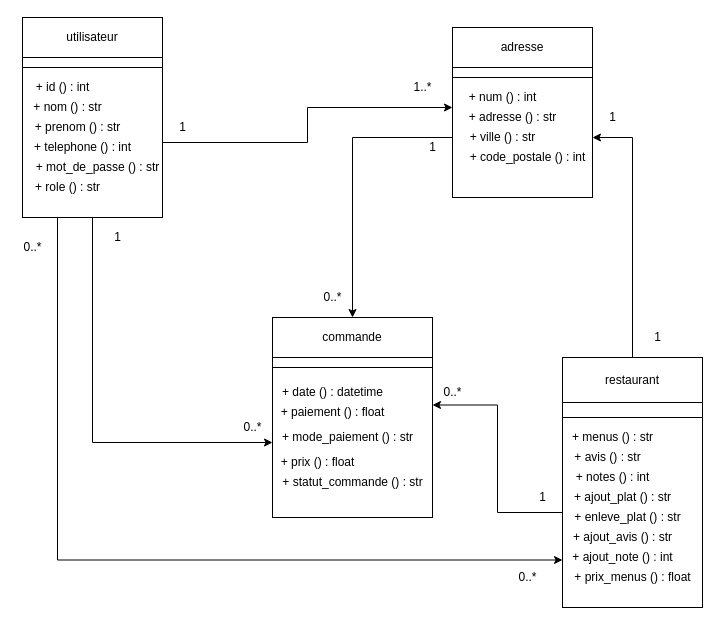
This is diagramme_de_classes.drawio from TheAIWizard/Ensaeats, a draw.io file, before an edit. Source tidied: cells renumbered, new cells numbered last; positions are measured from the earlier drawing's top-left corner, leaving out a move shared by most shapes. Both pictures are drawn from the tidied source at 100%, with x=0, y=0 at pixel (17, 17).
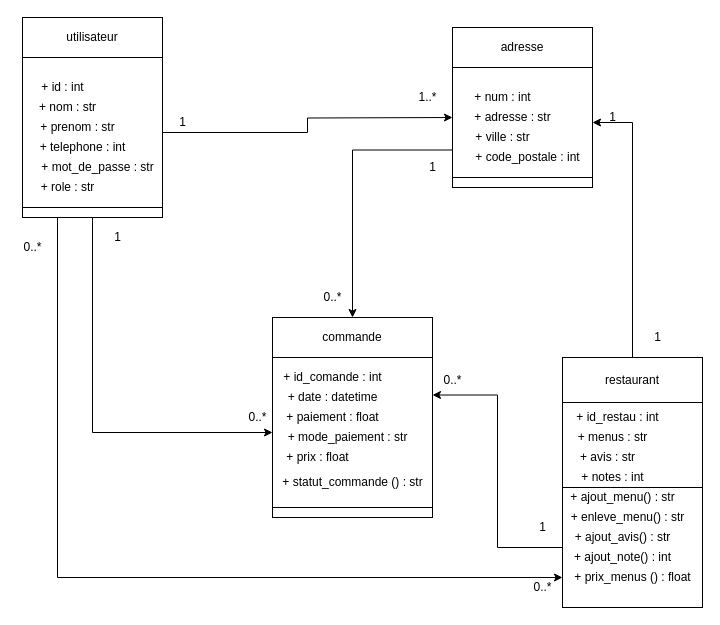
After the change.

The change refers to these unchanged cells:
```xml
<mxCell id="36" value="restaurant" style="rounded=0;whiteSpace=wrap;html=1;" parent="1" vertex="1">
  <mxGeometry x="545" y="340" width="140" height="45" as="geometry" />
</mxCell>
<mxCell id="38" value="commande" style="rounded=0;whiteSpace=wrap;html=1;" parent="1" vertex="1">
  <mxGeometry x="255" y="300" width="160" height="40" as="geometry" />
</mxCell>
```

Diff of the diagram source:
```diff
@@
+    <mxCell id="37" style="rounded=0;whiteSpace=wrap;html=1;" parent="1" vertex="1">
+      <mxGeometry x="255" y="340" width="160" height="150" as="geometry" />
+    </mxCell>
+    <mxCell id="34" style="rounded=0;whiteSpace=wrap;html=1;" parent="1" vertex="1">
+      <mxGeometry x="545" y="385" width="140" height="85" as="geometry" />
+    </mxCell>
+    <mxCell id="33" style="rounded=0;whiteSpace=wrap;html=1;" parent="1" vertex="1">
+      <mxGeometry x="435" y="50" width="140" height="110" as="geometry" />
+    </mxCell>
     <mxCell id="2" style="rounded=0;whiteSpace=wrap;html=1;" parent="1" vertex="1">
-      <mxGeometry x="255" y="350" width="160" height="150" as="geometry" />
+      <mxGeometry x="255" y="490" width="160" height="10" as="geometry" />
     </mxCell>
-    <mxCell id="3" style="edgeStyle=orthogonalEdgeStyle;rounded=0;jettySize=auto;html=1;entryX=1;entryY=0.25;entryDx=0;entryDy=0;" parent="1" edge="1" source="4" target="2">
+    <mxCell id="3" style="edgeStyle=orthogonalEdgeStyle;rounded=0;jettySize=auto;html=1;entryX=1;entryY=0.25;entryDx=0;entryDy=0;" parent="1" edge="1" source="4" target="37">
       <mxGeometry relative="1" as="geometry" />
     </mxCell>
     <mxCell id="4" style="rounded=0;whiteSpace=wrap;html=1;" parent="1" vertex="1">
-      <mxGeometry x="545" y="400" width="140" height="190" as="geometry" />
+      <mxGeometry x="545" y="470" width="140" height="120" as="geometry" />
     </mxCell>
-    <mxCell id="5" style="edgeStyle=orthogonalEdgeStyle;rounded=0;jettySize=auto;html=1;" parent="1" edge="1" source="6" target="38">
+    <mxCell id="5" style="edgeStyle=orthogonalEdgeStyle;rounded=0;jettySize=auto;html=1;exitX=0;exitY=0.75;exitDx=0;exitDy=0;" parent="1" edge="1" source="33" target="38">
       <mxGeometry relative="1" as="geometry" />
     </mxCell>
     <mxCell id="6" style="rounded=0;whiteSpace=wrap;html=1;" parent="1" vertex="1">
-      <mxGeometry x="435" y="60" width="140" height="120" as="geometry" />
+      <mxGeometry x="435" y="160" width="140" height="10" as="geometry" />
     </mxCell>
@@
     <mxCell id="8" style="rounded=0;whiteSpace=wrap;html=1;" parent="1" vertex="1">
-      <mxGeometry x="5" y="40" width="140" height="10" as="geometry" />
+      <mxGeometry x="5" y="40" width="140" height="150" as="geometry" />
     </mxCell>
-    <mxCell id="9" style="edgeStyle=orthogonalEdgeStyle;rounded=0;jettySize=auto;html=1;exitX=0.5;exitY=1;exitDx=0;exitDy=0;entryX=0;entryY=0.5;entryDx=0;entryDy=0;" parent="1" edge="1" source="12" target="2">
+    <mxCell id="9" style="edgeStyle=orthogonalEdgeStyle;rounded=0;jettySize=auto;html=1;exitX=0.5;exitY=1;exitDx=0;exitDy=0;entryX=0;entryY=0.5;entryDx=0;entryDy=0;" parent="1" edge="1" source="12" target="37">
       <mxGeometry relative="1" as="geometry" />
     </mxCell>
@@
-    <mxCell id="11" style="edgeStyle=orthogonalEdgeStyle;rounded=0;jettySize=auto;html=1;exitX=1;exitY=0.5;exitDx=0;exitDy=0;entryX=0;entryY=0.25;entryDx=0;entryDy=0;" parent="1" edge="1" source="12" target="6">
-      <mxGeometry relative="1" as="geometry" />
+    <mxCell id="11" style="edgeStyle=orthogonalEdgeStyle;rounded=0;jettySize=auto;html=1;exitX=1;exitY=0.5;exitDx=0;exitDy=0;" parent="1" edge="1" source="8">
+      <mxGeometry relative="1" as="geometry">
+        <mxPoint x="435" y="100" as="targetPoint" />
+      </mxGeometry>
     </mxCell>
     <mxCell id="12" style="rounded=0;whiteSpace=wrap;html=1;" parent="1" vertex="1">
-      <mxGeometry x="5" y="50" width="140" height="150" as="geometry" />
+      <mxGeometry x="5" y="190" width="140" height="10" as="geometry" />
     </mxCell>
-    <mxCell id="13" value="+ nom () : str" style="text;html=1;align=center;verticalAlign=middle;strokeColor=none;" parent="1" vertex="1">
-      <mxGeometry x="10" y="80" width="80" height="20" as="geometry" />
+    <mxCell id="13" value="+ nom : str" style="text;html=1;align=center;verticalAlign=middle;strokeColor=none;" parent="1" vertex="1">
+      <mxGeometry x="15" y="80" width="70" height="20" as="geometry" />
     </mxCell>
-    <mxCell id="14" value="+ id () : int" style="text;html=1;align=center;verticalAlign=middle;strokeColor=none;" parent="1" vertex="1">
-      <mxGeometry x="10" y="60" width="70" height="20" as="geometry" />
+    <mxCell id="14" value="+ id : int" style="text;html=1;align=center;verticalAlign=middle;strokeColor=none;" parent="1" vertex="1">
+      <mxGeometry x="15" y="60" width="60" height="20" as="geometry" />
     </mxCell>
-    <mxCell id="15" value="+ telephone () : int" style="text;html=1;align=center;verticalAlign=middle;strokeColor=none;" parent="1" vertex="1">
-      <mxGeometry x="10" y="120" width="110" height="20" as="geometry" />
+    <mxCell id="15" value="+ telephone : int" style="text;html=1;align=center;verticalAlign=middle;strokeColor=none;" parent="1" vertex="1">
+      <mxGeometry x="15" y="120" width="100" height="20" as="geometry" />
     </mxCell>
-    <mxCell id="16" value="+ prenom () : str" style="text;html=1;align=center;verticalAlign=middle;strokeColor=none;" parent="1" vertex="1">
-      <mxGeometry x="10" y="100" width="100" height="20" as="geometry" />
+    <mxCell id="16" value="+ prenom : str" style="text;html=1;align=center;verticalAlign=middle;strokeColor=none;" parent="1" vertex="1">
+      <mxGeometry x="15" y="100" width="90" height="20" as="geometry" />
     </mxCell>
-    <mxCell id="17" value="+ role () : str" style="text;html=1;align=center;verticalAlign=middle;strokeColor=none;" parent="1" vertex="1">
-      <mxGeometry x="10" y="160" width="80" height="20" as="geometry" />
+    <mxCell id="17" value="+ role : str" style="text;html=1;align=center;verticalAlign=middle;strokeColor=none;" parent="1" vertex="1">
+      <mxGeometry x="15" y="160" width="70" height="20" as="geometry" />
     </mxCell>
-    <mxCell id="18" value="+ mot_de_passe () : str" style="text;html=1;align=center;verticalAlign=middle;strokeColor=none;" parent="1" vertex="1">
-      <mxGeometry x="10" y="140" width="140" height="20" as="geometry" />
+    <mxCell id="18" value="+ mot_de_passe : str" style="text;html=1;align=center;verticalAlign=middle;strokeColor=none;" parent="1" vertex="1">
+      <mxGeometry x="15" y="140" width="130" height="20" as="geometry" />
     </mxCell>
-    <mxCell id="19" value="+ adresse () : str" style="text;html=1;align=center;verticalAlign=middle;strokeColor=none;" parent="1" vertex="1">
-      <mxGeometry x="445" y="90" width="100" height="20" as="geometry" />
+    <mxCell id="19" value="+ adresse : str" style="text;html=1;align=center;verticalAlign=middle;strokeColor=none;" parent="1" vertex="1">
+      <mxGeometry x="450" y="90" width="90" height="20" as="geometry" />
     </mxCell>
-    <mxCell id="20" value="+ num () : int" style="text;html=1;align=center;verticalAlign=middle;strokeColor=none;" parent="1" vertex="1">
-      <mxGeometry x="445" y="70" width="80" height="20" as="geometry" />
+    <mxCell id="20" value="+ num : int" style="text;html=1;align=center;verticalAlign=middle;strokeColor=none;" parent="1" vertex="1">
+      <mxGeometry x="450" y="70" width="70" height="20" as="geometry" />
     </mxCell>
-    <mxCell id="21" value="+ code_postale () : int" style="text;html=1;align=center;verticalAlign=middle;strokeColor=none;" parent="1" vertex="1">
-      <mxGeometry x="445" y="130" width="130" height="20" as="geometry" />
+    <mxCell id="21" value="+ code_postale : int" style="text;html=1;align=center;verticalAlign=middle;strokeColor=none;" parent="1" vertex="1">
+      <mxGeometry x="450" y="130" width="120" height="20" as="geometry" />
     </mxCell>
-    <mxCell id="22" value="+ ville () : str" style="text;html=1;align=center;verticalAlign=middle;strokeColor=none;" parent="1" vertex="1">
-      <mxGeometry x="445" y="110" width="80" height="20" as="geometry" />
+    <mxCell id="22" value="+ ville : str" style="text;html=1;align=center;verticalAlign=middle;strokeColor=none;" parent="1" vertex="1">
+      <mxGeometry x="450" y="110" width="70" height="20" as="geometry" />
     </mxCell>
-    <mxCell id="23" value="+ avis () : str" style="text;html=1;align=center;verticalAlign=middle;strokeColor=none;" parent="1" vertex="1">
-      <mxGeometry x="550" y="430" width="80" height="20" as="geometry" />
+    <mxCell id="23" value="+ avis : str" style="text;html=1;align=center;verticalAlign=middle;strokeColor=none;" parent="1" vertex="1">
+      <mxGeometry x="555" y="430" width="70" height="20" as="geometry" />
     </mxCell>
-    <mxCell id="24" value="+ menus () : str" style="text;html=1;align=center;verticalAlign=middle;strokeColor=none;" parent="1" vertex="1">
-      <mxGeometry x="545" y="410" width="100" height="20" as="geometry" />
+    <mxCell id="24" value="+ menus : str" style="text;html=1;align=center;verticalAlign=middle;strokeColor=none;" parent="1" vertex="1">
+      <mxGeometry x="550" y="410" width="90" height="20" as="geometry" />
     </mxCell>
-    <mxCell id="25" value="+ ajout_plat () : str" style="text;html=1;align=center;verticalAlign=middle;strokeColor=none;" parent="1" vertex="1">
-      <mxGeometry x="550" y="470" width="110" height="20" as="geometry" />
+    <mxCell id="25" value="+ ajout_menu() : str" style="text;html=1;align=center;verticalAlign=middle;strokeColor=none;" parent="1" vertex="1">
+      <mxGeometry x="545" y="470" width="120" height="20" as="geometry" />
     </mxCell>
-    <mxCell id="26" value="+ notes () : int" style="text;html=1;align=center;verticalAlign=middle;strokeColor=none;" parent="1" vertex="1">
-      <mxGeometry x="550" y="450" width="90" height="20" as="geometry" />
+    <mxCell id="26" value="+ notes : int" style="text;html=1;align=center;verticalAlign=middle;strokeColor=none;" parent="1" vertex="1">
+      <mxGeometry x="555" y="450" width="80" height="20" as="geometry" />
     </mxCell>
@@
-    <mxCell id="28" value="+ prix () : float" style="text;html=1;align=center;verticalAlign=middle;strokeColor=none;" parent="1" vertex="1">
-      <mxGeometry x="255" y="435" width="90" height="20" as="geometry" />
+    <mxCell id="28" value="+ prix : float" style="text;html=1;align=center;verticalAlign=middle;strokeColor=none;" parent="1" vertex="1">
+      <mxGeometry x="260" y="430" width="80" height="20" as="geometry" />
     </mxCell>
-    <mxCell id="29" value="+ ajout_note () : int" style="text;html=1;align=center;verticalAlign=middle;strokeColor=none;" parent="1" vertex="1">
-      <mxGeometry x="545" y="530" width="120" height="20" as="geometry" />
+    <mxCell id="29" value="+ ajout_note() : int" style="text;html=1;align=center;verticalAlign=middle;strokeColor=none;" parent="1" vertex="1">
+      <mxGeometry x="550" y="530" width="110" height="20" as="geometry" />
     </mxCell>
-    <mxCell id="30" value="+ ajout_avis () : str" style="text;html=1;align=center;verticalAlign=middle;strokeColor=none;" parent="1" vertex="1">
+    <mxCell id="30" value="+ ajout_avis() : str" style="text;html=1;align=center;verticalAlign=middle;strokeColor=none;" parent="1" vertex="1">
       <mxGeometry x="550" y="510" width="110" height="20" as="geometry" />
     </mxCell>
-    <mxCell id="31" value="+ enleve_plat () : str" style="text;html=1;align=center;verticalAlign=middle;strokeColor=none;" parent="1" vertex="1">
-      <mxGeometry x="550" y="490" width="120" height="20" as="geometry" />
+    <mxCell id="31" value="+ enleve_menu() : str" style="text;html=1;align=center;verticalAlign=middle;strokeColor=none;" parent="1" vertex="1">
+      <mxGeometry x="545" y="490" width="130" height="20" as="geometry" />
     </mxCell>
@@
-    <mxCell id="33" style="rounded=0;whiteSpace=wrap;html=1;" parent="1" vertex="1">
-      <mxGeometry x="435" y="50" width="140" height="10" as="geometry" />
-    </mxCell>
-    <mxCell id="34" style="rounded=0;whiteSpace=wrap;html=1;" parent="1" vertex="1">
-      <mxGeometry x="545" y="385" width="140" height="15" as="geometry" />
-    </mxCell>
-    <mxCell id="35" style="edgeStyle=orthogonalEdgeStyle;rounded=0;jettySize=auto;html=1;exitX=0.5;exitY=0;exitDx=0;exitDy=0;entryX=1;entryY=0.5;entryDx=0;entryDy=0;" parent="1" edge="1" source="36" target="6">
+    <mxCell id="35" style="edgeStyle=orthogonalEdgeStyle;rounded=0;jettySize=auto;html=1;exitX=0.5;exitY=0;exitDx=0;exitDy=0;entryX=1;entryY=0.5;entryDx=0;entryDy=0;" parent="1" edge="1" source="36" target="33">
       <mxGeometry relative="1" as="geometry" />
     </mxCell>
@@
-    <mxCell id="37" style="rounded=0;whiteSpace=wrap;html=1;" parent="1" vertex="1">
-      <mxGeometry x="255" y="340" width="160" height="10" as="geometry" />
-    </mxCell>
@@
-    <mxCell id="39" value="+ paiement () : float" style="text;html=1;align=center;verticalAlign=middle;strokeColor=none;" parent="1" vertex="1">
-      <mxGeometry x="255" y="385" width="120" height="20" as="geometry" />
+    <mxCell id="39" value="+ paiement : float" style="text;html=1;align=center;verticalAlign=middle;strokeColor=none;" parent="1" vertex="1">
+      <mxGeometry x="260" y="390" width="110" height="20" as="geometry" />
     </mxCell>
@@
     <mxCell id="42" value="1" style="text;html=1;align=center;verticalAlign=middle;strokeColor=none;" parent="1" vertex="1">
-      <mxGeometry x="155" y="100" width="20" height="20" as="geometry" />
+      <mxGeometry x="155" y="95" width="20" height="20" as="geometry" />
     </mxCell>
@@
-    <mxCell id="44" value="+ date () : datetime" style="text;html=1;align=center;verticalAlign=middle;strokeColor=none;" parent="1" vertex="1">
-      <mxGeometry x="255" y="365" width="120" height="20" as="geometry" />
+    <mxCell id="44" value="+ date : datetime" style="text;html=1;align=center;verticalAlign=middle;strokeColor=none;" parent="1" vertex="1">
+      <mxGeometry x="260" y="370" width="110" height="20" as="geometry" />
     </mxCell>
-    <mxCell id="45" value="+ mode_paiement () : str" style="text;html=1;align=center;verticalAlign=middle;strokeColor=none;" parent="1" vertex="1">
-      <mxGeometry x="255" y="410" width="150" height="20" as="geometry" />
+    <mxCell id="45" value="+ mode_paiement : str" style="text;html=1;align=center;verticalAlign=middle;strokeColor=none;" parent="1" vertex="1">
+      <mxGeometry x="260" y="410" width="140" height="20" as="geometry" />
     </mxCell>
     <mxCell id="46" value="0..*" style="text;html=1;align=center;verticalAlign=middle;strokeColor=none;" parent="1" vertex="1">
-      <mxGeometry x="220" y="400" width="30" height="20" as="geometry" />
+      <mxGeometry x="225" y="390" width="30" height="20" as="geometry" />
     </mxCell>
@@
     <mxCell id="48" value="0..*" style="text;html=1;align=center;verticalAlign=middle;strokeColor=none;" parent="1" vertex="1">
-      <mxGeometry x="495" y="550" width="30" height="20" as="geometry" />
+      <mxGeometry x="510" y="560" width="30" height="20" as="geometry" />
     </mxCell>
     <mxCell id="49" value="1" style="text;html=1;align=center;verticalAlign=middle;strokeColor=none;" parent="1" vertex="1">
-      <mxGeometry x="515" y="470" width="20" height="20" as="geometry" />
+      <mxGeometry x="515" y="500" width="20" height="20" as="geometry" />
     </mxCell>
     <mxCell id="50" value="1" style="text;html=1;align=center;verticalAlign=middle;strokeColor=none;" parent="1" vertex="1">
-      <mxGeometry x="405" y="120" width="20" height="20" as="geometry" />
+      <mxGeometry x="405" y="140" width="20" height="20" as="geometry" />
     </mxCell>
     <mxCell id="51" value="1..*" style="text;html=1;align=center;verticalAlign=middle;strokeColor=none;" parent="1" vertex="1">
-      <mxGeometry x="390" y="60" width="30" height="20" as="geometry" />
+      <mxGeometry x="395" y="70" width="30" height="20" as="geometry" />
     </mxCell>
@@
     <mxCell id="53" value="0..*" style="text;html=1;align=center;verticalAlign=middle;strokeColor=none;" parent="1" vertex="1">
-      <mxGeometry x="420" y="365" width="30" height="20" as="geometry" />
+      <mxGeometry x="420" y="352.5" width="30" height="20" as="geometry" />
     </mxCell>
@@
+    <mxCell id="55" value="+ id_restau : int" style="text;html=1;align=center;verticalAlign=middle;strokeColor=none;" parent="1" vertex="1">
+      <mxGeometry x="550" y="390" width="100" height="20" as="geometry" />
+    </mxCell>
+    <mxCell id="56" value="+ id_comande : int" style="text;html=1;align=center;verticalAlign=middle;strokeColor=none;" parent="1" vertex="1">
+      <mxGeometry x="260" y="350" width="110" height="20" as="geometry" />
+    </mxCell>
```
